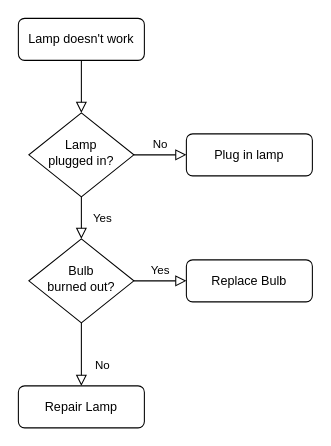
Earlier version of the draw.io diagram Biểu đồ không có tiêu đề.drawio (Chipuscu/STM321). Source tidied: cells renumbered, new cells numbered last; positions are measured from the earlier drawing's top-left corner, leaving out a move shared by most shapes. Both pictures are drawn from the tidied source at 105%, with x=0, y=0 at pixel (18, 18).
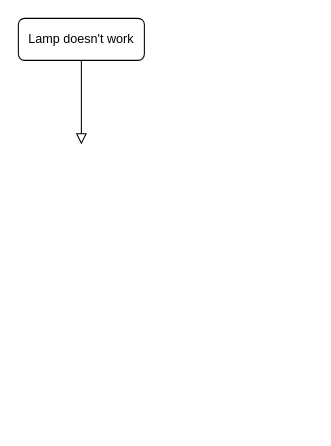
Above is the later version.

The edit, as a diff of the source:
```diff
@@
 <mxGraphModel>
   <root>
     <mxCell id="0" />
     <mxCell id="1" parent="0" />
-    <mxCell id="2" style="rounded=0;html=1;jettySize=auto;fontSize=11;endArrow=block;endFill=0;endSize=8;strokeWidth=1;shadow=0;labelBackgroundColor=none;edgeStyle=orthogonalEdgeStyle;" parent="1" edge="1" source="3" target="6">
-      <mxGeometry relative="1" as="geometry" />
+    <mxCell id="2" style="rounded=0;html=1;jettySize=auto;fontSize=11;endArrow=block;endFill=0;endSize=8;strokeWidth=1;shadow=0;labelBackgroundColor=none;edgeStyle=orthogonalEdgeStyle;" parent="1" edge="1" source="3">
+      <mxGeometry relative="1" as="geometry">
+        <mxPoint x="60" y="120" as="targetPoint" />
+      </mxGeometry>
     </mxCell>
     <mxCell id="3" value="Lamp doesn't work" style="rounded=1;whiteSpace=wrap;html=1;fontSize=12;glass=0;strokeWidth=1;shadow=0;" parent="1" vertex="1">
       <mxGeometry width="120" height="40" as="geometry" />
     </mxCell>
-    <mxCell id="4" value="Yes" style="rounded=0;html=1;jettySize=auto;fontSize=11;endArrow=block;endFill=0;endSize=8;strokeWidth=1;shadow=0;labelBackgroundColor=none;edgeStyle=orthogonalEdgeStyle;" parent="1" edge="1" source="6" target="10">
-      <mxGeometry y="20" relative="1" as="geometry" />
-    </mxCell>
-    <mxCell id="5" value="No" style="edgeStyle=orthogonalEdgeStyle;rounded=0;html=1;jettySize=auto;fontSize=11;endArrow=block;endFill=0;endSize=8;strokeWidth=1;shadow=0;labelBackgroundColor=none;" parent="1" edge="1" source="6" target="7">
-      <mxGeometry y="10" relative="1" as="geometry" />
-    </mxCell>
-    <mxCell id="6" value="Lamp&lt;br&gt;plugged in?" style="rhombus;whiteSpace=wrap;html=1;shadow=0;fontFamily=Helvetica;fontSize=12;align=center;strokeWidth=1;spacing=6;spacingTop=-4;" parent="1" vertex="1">
-      <mxGeometry x="10" y="90" width="100" height="80" as="geometry" />
-    </mxCell>
-    <mxCell id="7" value="Plug in lamp" style="rounded=1;whiteSpace=wrap;html=1;fontSize=12;glass=0;strokeWidth=1;shadow=0;" parent="1" vertex="1">
-      <mxGeometry x="160" y="110" width="120" height="40" as="geometry" />
-    </mxCell>
-    <mxCell id="8" value="No" style="rounded=0;html=1;jettySize=auto;fontSize=11;endArrow=block;endFill=0;endSize=8;strokeWidth=1;shadow=0;labelBackgroundColor=none;edgeStyle=orthogonalEdgeStyle;" parent="1" edge="1" source="10" target="11">
-      <mxGeometry x="0.33" y="20" relative="1" as="geometry" />
-    </mxCell>
-    <mxCell id="9" value="Yes" style="edgeStyle=orthogonalEdgeStyle;rounded=0;html=1;jettySize=auto;fontSize=11;endArrow=block;endFill=0;endSize=8;strokeWidth=1;shadow=0;labelBackgroundColor=none;" parent="1" edge="1" source="10" target="12">
-      <mxGeometry y="10" relative="1" as="geometry" />
-    </mxCell>
-    <mxCell id="10" value="Bulb&lt;br&gt;burned out?" style="rhombus;whiteSpace=wrap;html=1;shadow=0;fontFamily=Helvetica;fontSize=12;align=center;strokeWidth=1;spacing=6;spacingTop=-4;" parent="1" vertex="1">
-      <mxGeometry x="10" y="210" width="100" height="80" as="geometry" />
-    </mxCell>
-    <mxCell id="11" value="Repair Lamp" style="rounded=1;whiteSpace=wrap;html=1;fontSize=12;glass=0;strokeWidth=1;shadow=0;" parent="1" vertex="1">
-      <mxGeometry y="350" width="120" height="40" as="geometry" />
-    </mxCell>
-    <mxCell id="12" value="Replace Bulb" style="rounded=1;whiteSpace=wrap;html=1;fontSize=12;glass=0;strokeWidth=1;shadow=0;" parent="1" vertex="1">
-      <mxGeometry x="160" y="230" width="120" height="40" as="geometry" />
-    </mxCell>
   </root>
 </mxGraphModel>
```
